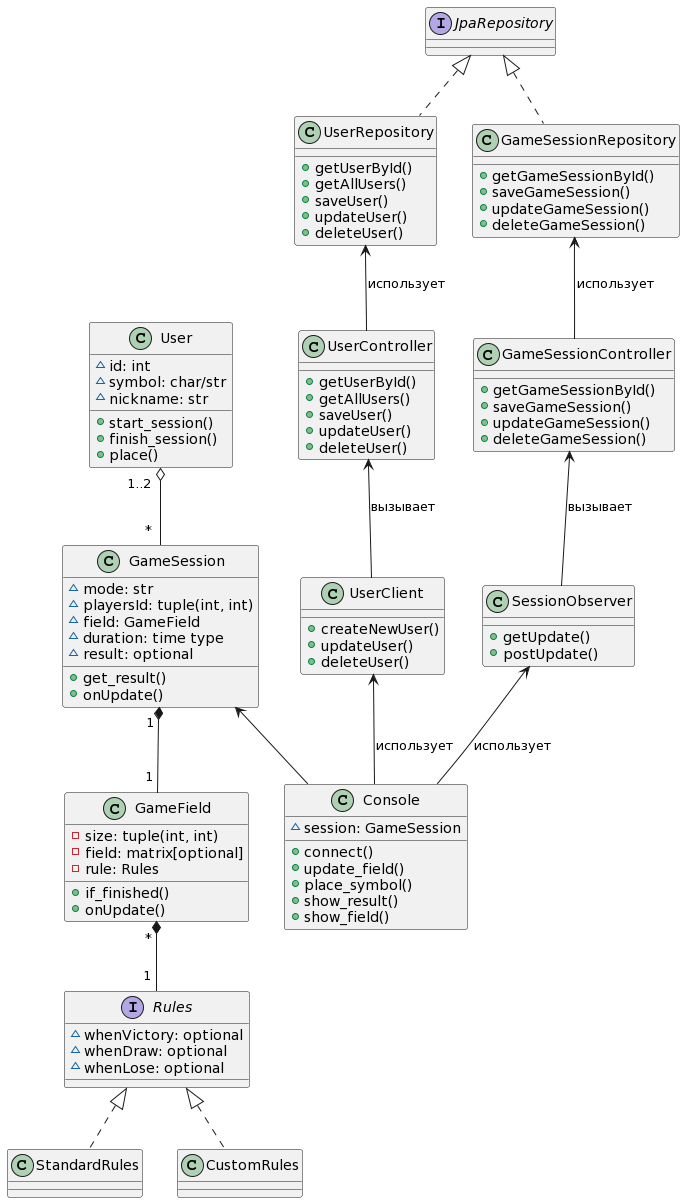
Before: uml.png, a diagram exported from PlantUML (kaledinandrew/TicTacToeOnline).
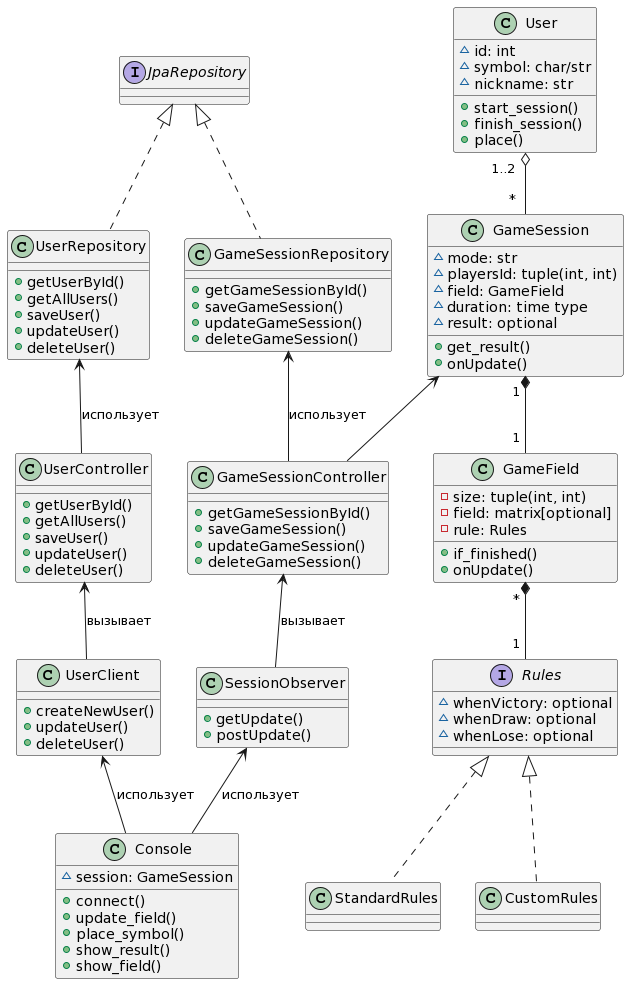
After the change.

What changed in the source:
```diff
@@ -94,7 +94,7 @@
 GameField " * " *-- " 1 " Rules
 GameSession " 1 " *-- " 1 " GameField
 
-GameSession <-- Console
+GameSession <-- GameSessionController
 
 UserRepository <-- UserController: использует
 GameSessionRepository <-- GameSessionController: использует
```
